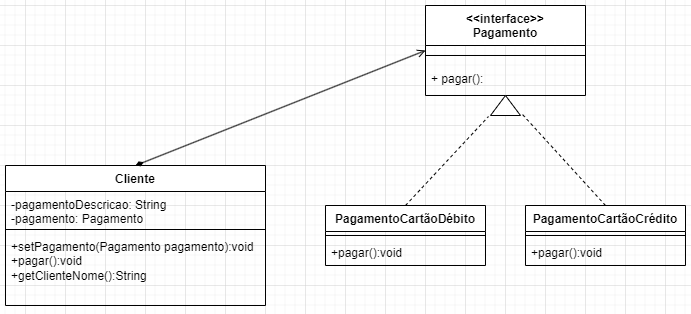
Diane-Moreno/bertoti keeps this draw.io diagram as Engenharia III/Strategy/diagrama.png. Above is the earlier version. Source tidied: cells renumbered, new cells last; positions are measured from the earlier drawing's top-left corner, leaving out a move shared by most shapes.
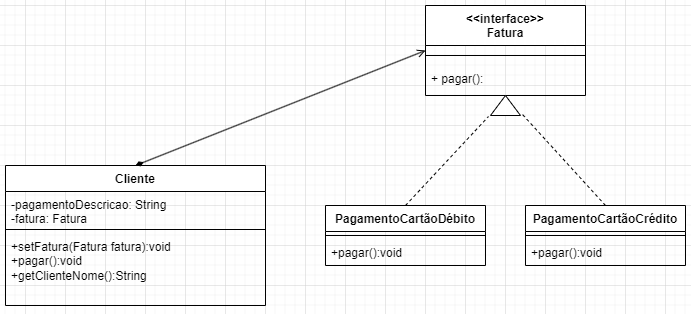
The same file after the commit.

Change to the diagram source:
```diff
@@ -2,7 +2,7 @@
   <root>
     <mxCell id="0" />
     <mxCell id="1" parent="0" />
-    <mxCell id="2" value="&amp;lt;&amp;lt;interface&amp;gt;&amp;gt;&lt;br&gt;Pagamento" style="swimlane;fontStyle=1;align=center;verticalAlign=top;horizontal=1;startSize=40;whiteSpace=wrap;html=1;" parent="1" vertex="1">
+    <mxCell id="2" value="&amp;lt;&amp;lt;interface&amp;gt;&amp;gt;&lt;br&gt;Fatura" style="swimlane;fontStyle=1;align=center;verticalAlign=top;horizontal=1;startSize=40;whiteSpace=wrap;html=1;" parent="1" vertex="1">
       <mxGeometry x="420" width="160" height="90" as="geometry" />
     </mxCell>
     <mxCell id="3" style="line;strokeWidth=1;fillColor=none;align=left;verticalAlign=middle;spacingTop=-1;spacingLeft=3;spacingRight=3;labelPosition=right;strokeColor=inherit;" parent="2" vertex="1">
@@ -14,13 +14,13 @@
     <mxCell id="5" value="Cliente" style="swimlane;fontStyle=1;align=center;verticalAlign=top;horizontal=1;startSize=26;whiteSpace=wrap;html=1;" parent="1" vertex="1">
       <mxGeometry y="160" width="260" height="140" as="geometry" />
     </mxCell>
-    <mxCell id="6" value="-pagamentoDescricao: String&lt;br&gt;-pagamento: Pagamento" style="text;strokeColor=none;fillColor=none;align=left;verticalAlign=top;spacingLeft=4;spacingRight=4;overflow=hidden;whiteSpace=wrap;html=1;" parent="5" vertex="1">
+    <mxCell id="6" value="-pagamentoDescricao: String&lt;br&gt;-fatura: Fatura" style="text;strokeColor=none;fillColor=none;align=left;verticalAlign=top;spacingLeft=4;spacingRight=4;overflow=hidden;whiteSpace=wrap;html=1;" parent="5" vertex="1">
       <mxGeometry y="26" width="260" height="34" as="geometry" />
     </mxCell>
     <mxCell id="7" style="line;strokeWidth=1;fillColor=none;align=left;verticalAlign=middle;spacingTop=-1;spacingLeft=3;spacingRight=3;labelPosition=right;strokeColor=inherit;" parent="5" vertex="1">
       <mxGeometry y="60" width="260" height="8" as="geometry" />
     </mxCell>
-    <mxCell id="8" value="+setPagamento(Pagamento pagamento):void&lt;br&gt;+pagar():void&lt;br&gt;+getClienteNome():String&amp;nbsp;" style="text;strokeColor=none;fillColor=none;align=left;verticalAlign=top;spacingLeft=4;spacingRight=4;overflow=hidden;whiteSpace=wrap;html=1;" parent="5" vertex="1">
+    <mxCell id="8" value="+setFatura(Fatura fatura):void&lt;br&gt;+pagar():void&lt;br&gt;+getClienteNome():String&amp;nbsp;" style="text;strokeColor=none;fillColor=none;align=left;verticalAlign=top;spacingLeft=4;spacingRight=4;overflow=hidden;whiteSpace=wrap;html=1;" parent="5" vertex="1">
       <mxGeometry y="68" width="260" height="72" as="geometry" />
     </mxCell>
     <mxCell id="9" value="PagamentoCartãoDébito" style="swimlane;fontStyle=1;align=center;verticalAlign=top;horizontal=1;startSize=26;whiteSpace=wrap;html=1;" parent="1" vertex="1">
```
